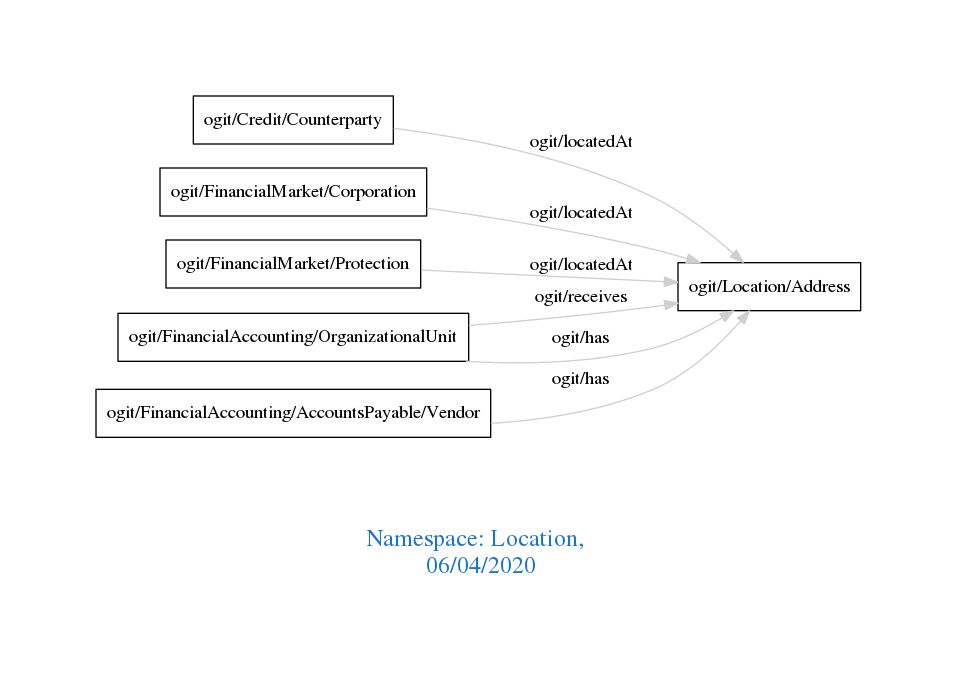
Above: downloads/Location.png in arago/OGIT (Graphviz), before the change. Its source is kept beside it as downloads/Location.dot.
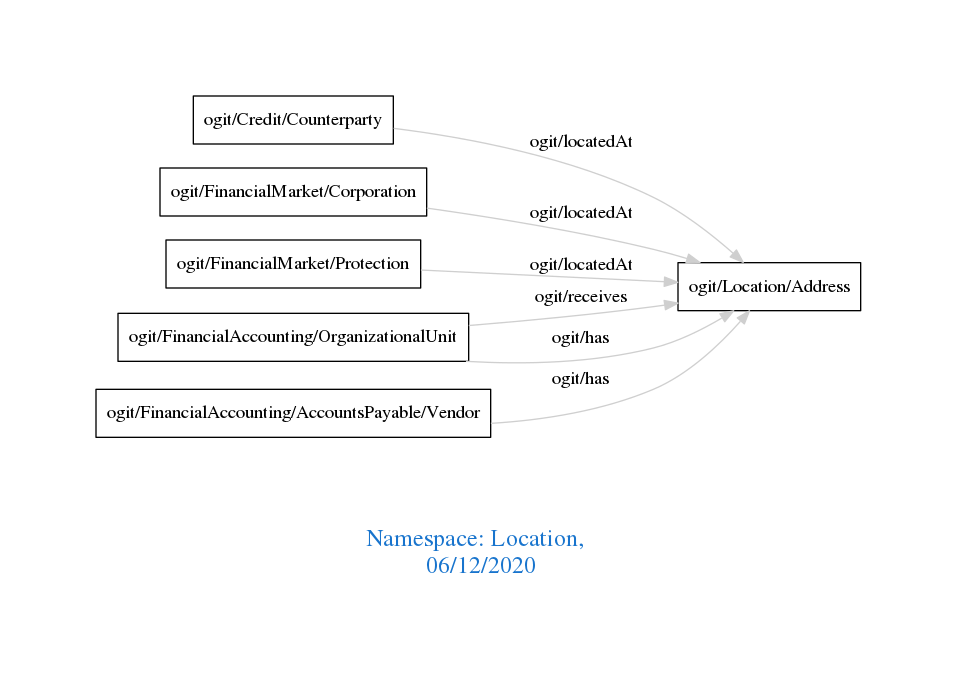
After the commit.

Diff of the diagram source:
```diff
@@ -1,7 +1,7 @@
 digraph OGIT_ontology {
  graph [ rankdir= LR,pad=1
 fontsize = 18,
-fontcolor= dodgerblue3,label = "\n\n\nNamespace: Location, \n 06/04/2020"];
+fontcolor= dodgerblue3,label = "\n\n\nNamespace: Location, \n 06/12/2020"];
 node[shape=polygon];
 edge [  color="gray81"];
 
```
